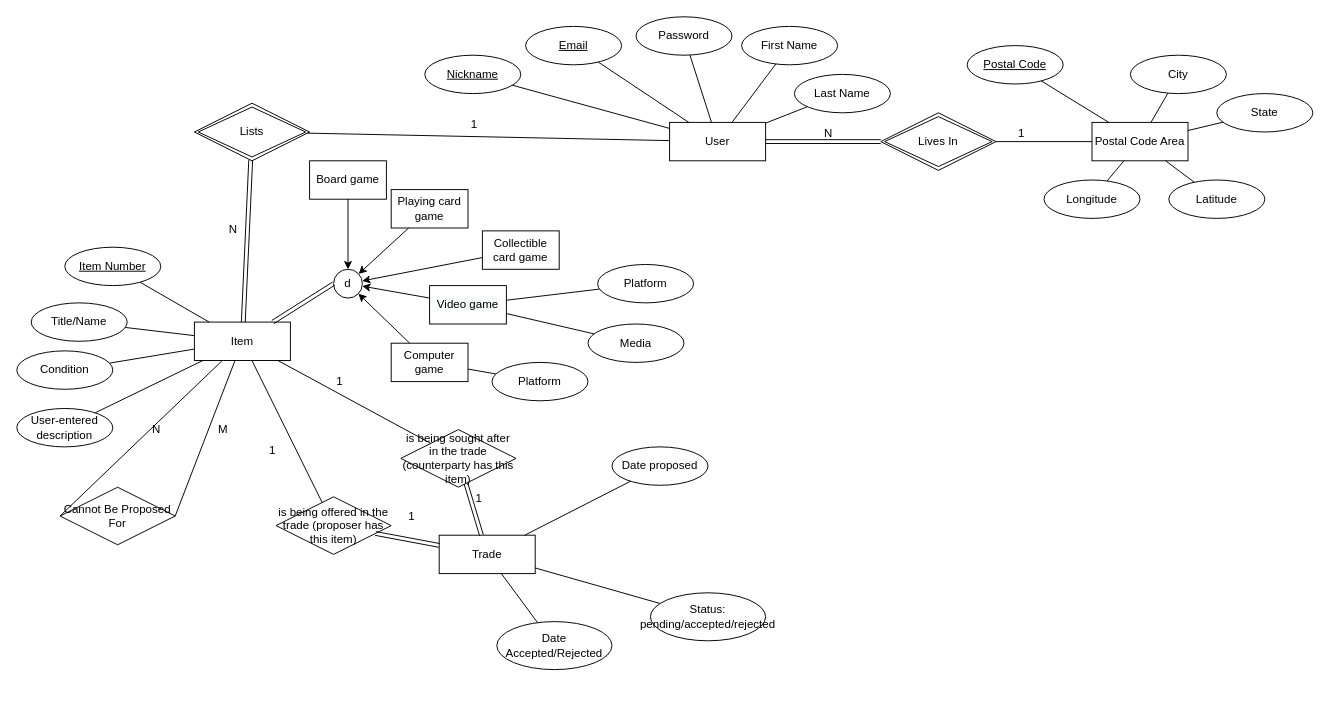
Earlier version of the draw.io diagram Untitled Diagram.drawio (joshliuzh/cs6400). Source tidied: cells renumbered, new cells numbered last; positions are measured from the earlier drawing's top-left corner, leaving out a move shared by most shapes. Both pictures are drawn from the tidied source at 96%, with x=0, y=0 at pixel (16, 16).
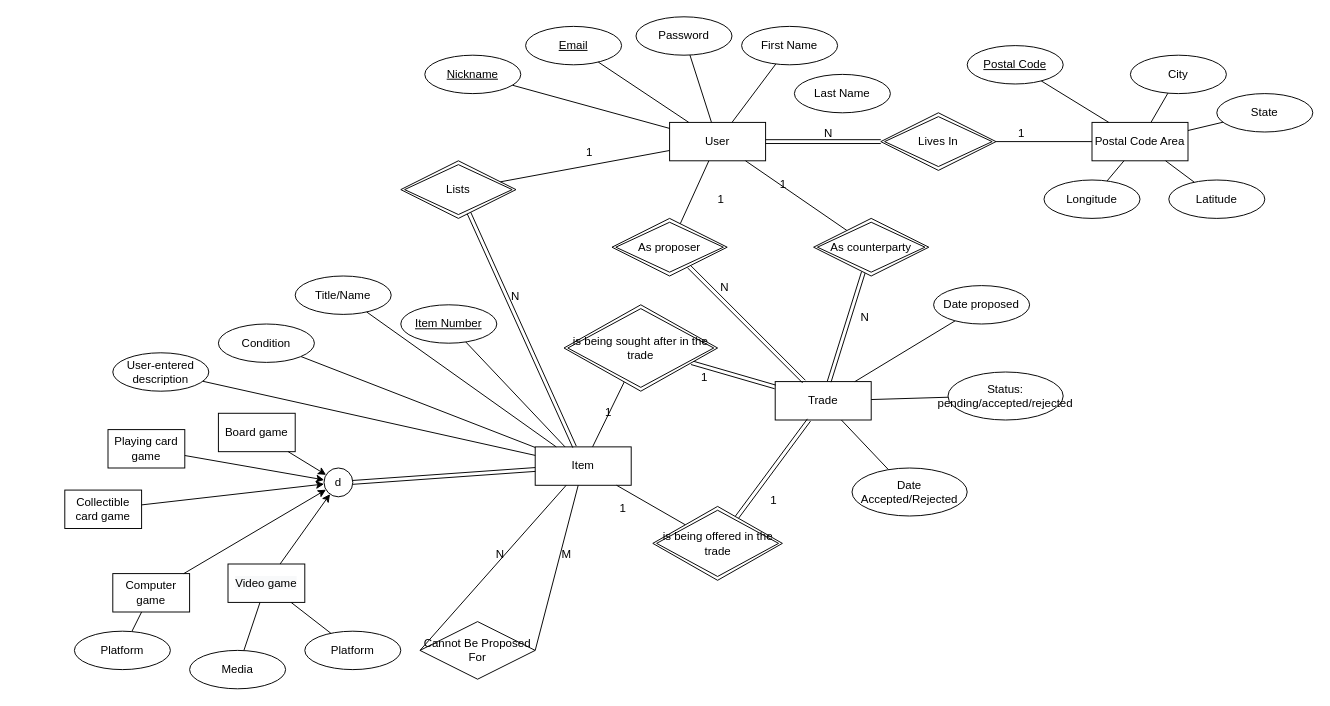
Above is the later version.

The change refers to these unchanged cells:
```xml
<mxCell id="2" value="User" style="whiteSpace=wrap;html=1;align=center;rounded=0;" parent="1" vertex="1">
  <mxGeometry x="680" y="110" width="100" height="40" as="geometry" />
</mxCell>
<mxCell id="10" value="Last Name" style="ellipse;whiteSpace=wrap;html=1;align=center;rounded=0;" parent="1" vertex="1">
  <mxGeometry x="810" y="60" width="100" height="40" as="geometry" />
</mxCell>
<mxCell id="58" style="endArrow=none;html=1;rounded=0;" parent="1" edge="1" source="2" target="57">
  <mxGeometry relative="1" as="geometry" />
</mxCell>
<mxCell id="60" style="shape=link;html=1;rounded=0;" parent="1" edge="1" source="57" target="29">
  <mxGeometry relative="1" as="geometry" />
</mxCell>
```

The edit, as a diff of the source:
```diff
@@
-    <mxCell id="9" style="endArrow=none;html=1;rounded=0;" parent="1" edge="1" source="10" target="2">
-      <mxGeometry relative="1" as="geometry" />
-    </mxCell>
@@
     <mxCell id="29" value="Item" style="whiteSpace=wrap;html=1;align=center;rounded=0;" parent="1" vertex="1">
-      <mxGeometry x="185" y="318" width="100" height="40" as="geometry" />
+      <mxGeometry x="540" y="448" width="100" height="40" as="geometry" />
     </mxCell>
@@
     <mxCell id="31" value="Item Number" style="ellipse;whiteSpace=wrap;html=1;align=center;fontStyle=4;rounded=0;" parent="1" vertex="1">
-      <mxGeometry x="50" y="240" width="100" height="40" as="geometry" />
+      <mxGeometry x="400" y="300" width="100" height="40" as="geometry" />
     </mxCell>
     <mxCell id="32" value="d" style="ellipse;whiteSpace=wrap;html=1;align=center;newEdgeStyle={&quot;edgeStyle&quot;:&quot;entityRelationEdgeStyle&quot;,&quot;startArrow&quot;:&quot;none&quot;,&quot;endArrow&quot;:&quot;none&quot;,&quot;segment&quot;:10,&quot;curved&quot;:1};rounded=0;" parent="1" vertex="1" collapsed="1">
-      <mxGeometry x="330" y="263" width="30" height="30" as="geometry" />
+      <mxGeometry x="320" y="470" width="30" height="30" as="geometry" />
     </mxCell>
-    <mxCell id="33" style="shape=link;html=1;rounded=0;entryX=0;entryY=0.5;entryDx=0;entryDy=0;" parent="1" edge="1" source="29" target="32">
+    <mxCell id="33" style="shape=link;html=1;rounded=0;entryX=1;entryY=0.5;entryDx=0;entryDy=0;" parent="1" edge="1" source="29" target="32">
       <mxGeometry relative="1" as="geometry" />
     </mxCell>
     <mxCell id="34" value="Board game" style="rounded=0;whiteSpace=wrap;html=1;" parent="1" vertex="1">
-      <mxGeometry x="305" y="150" width="80" height="40" as="geometry" />
+      <mxGeometry x="210" y="413" width="80" height="40" as="geometry" />
     </mxCell>
@@
     <mxCell id="36" value="Playing card game" style="rounded=0;whiteSpace=wrap;html=1;" parent="1" vertex="1">
-      <mxGeometry x="390" y="180" width="80" height="40" as="geometry" />
+      <mxGeometry x="95" y="430" width="80" height="40" as="geometry" />
     </mxCell>
@@
     <mxCell id="38" value="Collectible card game" style="rounded=0;whiteSpace=wrap;html=1;" parent="1" vertex="1">
-      <mxGeometry x="485" y="223" width="80" height="40" as="geometry" />
+      <mxGeometry x="50" y="493" width="80" height="40" as="geometry" />
     </mxCell>
@@
     <mxCell id="40" value="&lt;span style=&quot;color: rgb(0, 0, 0); font-family: Helvetica; font-size: 12px; font-style: normal; font-variant-ligatures: normal; font-variant-caps: normal; font-weight: 400; letter-spacing: normal; orphans: 2; text-align: center; text-indent: 0px; text-transform: none; widows: 2; word-spacing: 0px; -webkit-text-stroke-width: 0px; background-color: rgb(248, 249, 250); text-decoration-thickness: initial; text-decoration-style: initial; text-decoration-color: initial; float: none; display: inline !important;&quot;&gt;Video game&lt;/span&gt;" style="rounded=0;whiteSpace=wrap;html=1;" parent="1" vertex="1">
-      <mxGeometry x="430" y="280" width="80" height="40" as="geometry" />
+      <mxGeometry x="220" y="570" width="80" height="40" as="geometry" />
     </mxCell>
@@
     <mxCell id="42" value="Computer game" style="rounded=0;whiteSpace=wrap;html=1;" parent="1" vertex="1">
-      <mxGeometry x="390" y="340" width="80" height="40" as="geometry" />
+      <mxGeometry x="100" y="580" width="80" height="40" as="geometry" />
     </mxCell>
@@
     <mxCell id="45" value="Media" style="ellipse;whiteSpace=wrap;html=1;align=center;rounded=0;" parent="1" vertex="1">
-      <mxGeometry x="595" y="320" width="100" height="40" as="geometry" />
+      <mxGeometry x="180" y="660" width="100" height="40" as="geometry" />
     </mxCell>
@@
     <mxCell id="47" value="Platform" style="ellipse;whiteSpace=wrap;html=1;align=center;rounded=0;" parent="1" vertex="1">
-      <mxGeometry x="605" y="258" width="100" height="40" as="geometry" />
+      <mxGeometry x="300" y="640" width="100" height="40" as="geometry" />
     </mxCell>
@@
     <mxCell id="49" value="Platform" style="ellipse;whiteSpace=wrap;html=1;align=center;rounded=0;" parent="1" vertex="1">
-      <mxGeometry x="495" y="360" width="100" height="40" as="geometry" />
+      <mxGeometry x="60" y="640" width="100" height="40" as="geometry" />
     </mxCell>
@@
     <mxCell id="51" value="Condition" style="ellipse;whiteSpace=wrap;html=1;align=center;rounded=0;" parent="1" vertex="1">
-      <mxGeometry y="348" width="100" height="40" as="geometry" />
+      <mxGeometry x="210" y="320" width="100" height="40" as="geometry" />
     </mxCell>
@@
     <mxCell id="53" value="User-entered description" style="ellipse;whiteSpace=wrap;html=1;align=center;rounded=0;" parent="1" vertex="1">
-      <mxGeometry y="408" width="100" height="40" as="geometry" />
+      <mxGeometry x="100" y="350" width="100" height="40" as="geometry" />
     </mxCell>
@@
     <mxCell id="55" value="Title/Name" style="ellipse;whiteSpace=wrap;html=1;align=center;rounded=0;" parent="1" vertex="1">
-      <mxGeometry x="15" y="298" width="100" height="40" as="geometry" />
+      <mxGeometry x="290" y="270" width="100" height="40" as="geometry" />
     </mxCell>
     <mxCell id="56" value="Trade" style="whiteSpace=wrap;html=1;align=center;rounded=0;" parent="1" vertex="1">
-      <mxGeometry x="440" y="540" width="100" height="40" as="geometry" />
+      <mxGeometry x="790" y="380" width="100" height="40" as="geometry" />
     </mxCell>
     <mxCell id="57" value="Lists" style="shape=rhombus;double=1;perimeter=rhombusPerimeter;whiteSpace=wrap;html=1;align=center;rounded=0;" parent="1" vertex="1">
-      <mxGeometry x="185" y="90" width="120" height="60" as="geometry" />
+      <mxGeometry x="400" y="150" width="120" height="60" as="geometry" />
     </mxCell>
@@
     <mxCell id="59" value="1" style="html=1;align=right;verticalAlign=bottom;rounded=0;" parent="58" vertex="1">
       <mxGeometry x="1" relative="1" as="geometry">
-        <mxPoint x="177" y="-1" as="offset" />
+        <mxPoint x="96" y="-22" as="offset" />
       </mxGeometry>
     </mxCell>
@@
-    <mxCell id="61" value="N" style="html=1;align=right;verticalAlign=bottom;rounded=0;" parent="60" vertex="1">
+    <mxCell id="61" value="1" style="html=1;align=right;verticalAlign=bottom;rounded=0;" parent="60" vertex="1">
       <mxGeometry x="1" relative="1" as="geometry">
-        <mxPoint x="-6" y="-88" as="offset" />
+        <mxPoint x="39" y="-28" as="offset" />
       </mxGeometry>
     </mxCell>
-    <mxCell id="62" value="is being offered in the trade (proposer has this item)" style="shape=rhombus;perimeter=rhombusPerimeter;whiteSpace=wrap;html=1;align=center;rounded=0;" parent="1" vertex="1">
-      <mxGeometry x="270" y="500" width="120" height="60" as="geometry" />
-    </mxCell>
-    <mxCell id="63" style="shape=link;html=1;rounded=0;" parent="1" edge="1" source="56" target="62">
+    <mxCell id="63" style="shape=link;html=1;rounded=0;" parent="1" edge="1" source="56" target="94">
       <mxGeometry relative="1" as="geometry" />
     </mxCell>
@@
-    <mxCell id="65" style="endArrow=none;html=1;rounded=0;" parent="1" edge="1" source="62" target="29">
+    <mxCell id="65" style="endArrow=none;html=1;rounded=0;" parent="1" edge="1" source="94" target="29">
       <mxGeometry relative="1" as="geometry" />
     </mxCell>
     <mxCell id="66" value="1" style="html=1;align=right;verticalAlign=bottom;rounded=0;" parent="65" vertex="1">
       <mxGeometry x="1" relative="1" as="geometry">
-        <mxPoint x="25" y="102" as="offset" />
+        <mxPoint x="11" y="32" as="offset" />
       </mxGeometry>
     </mxCell>
     <mxCell id="67" value="Cannot Be Proposed For" style="shape=rhombus;perimeter=rhombusPerimeter;whiteSpace=wrap;html=1;align=center;rounded=0;" parent="1" vertex="1">
-      <mxGeometry x="45" y="490" width="120" height="60" as="geometry" />
+      <mxGeometry x="420" y="630" width="120" height="60" as="geometry" />
     </mxCell>
@@
-    <mxCell id="72" value="is being sought after in the trade (counterparty has this item)" style="shape=rhombus;perimeter=rhombusPerimeter;whiteSpace=wrap;html=1;align=center;rounded=0;" parent="1" vertex="1">
-      <mxGeometry x="400" y="430" width="120" height="60" as="geometry" />
-    </mxCell>
-    <mxCell id="73" style="shape=link;html=1;rounded=0;startFill=1;" parent="1" edge="1" source="56" target="72">
+    <mxCell id="73" style="shape=link;html=1;rounded=0;startFill=1;" parent="1" edge="1" source="56" target="93">
       <mxGeometry relative="1" as="geometry" />
     </mxCell>
@@
-    <mxCell id="75" style="endArrow=none;html=1;rounded=0;" parent="1" edge="1" source="72" target="29">
+    <mxCell id="75" style="endArrow=none;html=1;rounded=0;" parent="1" edge="1" source="93" target="29">
       <mxGeometry relative="1" as="geometry" />
     </mxCell>
-    <mxCell id="76" value="1" style="html=1;align=right;verticalAlign=bottom;rounded=0;" parent="75" vertex="1">
+    <mxCell id="76" value="N" style="html=1;align=right;verticalAlign=bottom;rounded=0;" parent="75" vertex="1">
       <mxGeometry x="1" relative="1" as="geometry">
-        <mxPoint x="68" y="30" as="offset" />
+        <mxPoint x="-76" y="-148" as="offset" />
       </mxGeometry>
     </mxCell>
@@
     <mxCell id="78" value="Date proposed" style="ellipse;whiteSpace=wrap;html=1;align=center;rounded=0;" parent="1" vertex="1">
-      <mxGeometry x="620" y="448" width="100" height="40" as="geometry" />
+      <mxGeometry x="955" y="280" width="100" height="40" as="geometry" />
     </mxCell>
@@
     <mxCell id="80" value="Status: pending/accepted/rejected" style="ellipse;whiteSpace=wrap;html=1;align=center;rounded=0;" parent="1" vertex="1">
-      <mxGeometry x="660" y="600" width="120" height="50" as="geometry" />
+      <mxGeometry x="970" y="370" width="120" height="50" as="geometry" />
     </mxCell>
@@
     <mxCell id="82" value="Date Accepted/Rejected" style="ellipse;whiteSpace=wrap;html=1;align=center;rounded=0;" parent="1" vertex="1">
-      <mxGeometry x="500" y="630" width="120" height="50" as="geometry" />
+      <mxGeometry x="870" y="470" width="120" height="50" as="geometry" />
     </mxCell>
+    <mxCell id="83" style="shape=link;html=1;rounded=0;startFill=1;" parent="1" edge="1" source="56" target="91">
+      <mxGeometry relative="1" as="geometry" />
+    </mxCell>
+    <mxCell id="84" value="N" style="html=1;align=right;verticalAlign=bottom;rounded=0;" parent="83" vertex="1">
+      <mxGeometry x="1" relative="1" as="geometry">
+        <mxPoint x="42" y="30" as="offset" />
+      </mxGeometry>
+    </mxCell>
+    <mxCell id="85" style="shape=link;html=1;rounded=0;startFill=1;" parent="1" edge="1" source="56" target="92">
+      <mxGeometry relative="1" as="geometry" />
+    </mxCell>
+    <mxCell id="86" value="N" style="html=1;align=right;verticalAlign=bottom;rounded=0;" parent="85" vertex="1">
+      <mxGeometry x="1" relative="1" as="geometry">
+        <mxPoint x="6" y="55" as="offset" />
+      </mxGeometry>
+    </mxCell>
+    <mxCell id="87" style="endArrow=none;html=1;rounded=0;" parent="1" edge="1" source="2" target="91">
+      <mxGeometry relative="1" as="geometry" />
+    </mxCell>
+    <mxCell id="88" value="1" style="html=1;align=right;verticalAlign=bottom;rounded=0;" parent="87" vertex="1">
+      <mxGeometry x="1" relative="1" as="geometry">
+        <mxPoint x="46" y="-18" as="offset" />
+      </mxGeometry>
+    </mxCell>
+    <mxCell id="89" style="endArrow=none;html=1;rounded=0;" parent="1" edge="1" source="2" target="92">
+      <mxGeometry relative="1" as="geometry" />
+    </mxCell>
+    <mxCell id="90" value="1" style="html=1;align=right;verticalAlign=bottom;rounded=0;" parent="89" vertex="1">
+      <mxGeometry x="1" relative="1" as="geometry">
+        <mxPoint x="-63" y="-40" as="offset" />
+      </mxGeometry>
+    </mxCell>
+    <mxCell id="91" value="As proposer" style="shape=rhombus;double=1;perimeter=rhombusPerimeter;whiteSpace=wrap;html=1;align=center;" parent="1" vertex="1">
+      <mxGeometry x="620" y="210" width="120" height="60" as="geometry" />
+    </mxCell>
+    <mxCell id="92" value="As counterparty" style="shape=rhombus;double=1;perimeter=rhombusPerimeter;whiteSpace=wrap;html=1;align=center;" parent="1" vertex="1">
+      <mxGeometry x="830" y="210" width="120" height="60" as="geometry" />
+    </mxCell>
+    <mxCell id="93" value="is being sought after in the trade" style="shape=rhombus;double=1;perimeter=rhombusPerimeter;whiteSpace=wrap;html=1;align=center;" parent="1" vertex="1">
+      <mxGeometry x="570" y="300" width="160" height="90" as="geometry" />
+    </mxCell>
+    <mxCell id="94" value="is being offered in the trade" style="shape=rhombus;double=1;perimeter=rhombusPerimeter;whiteSpace=wrap;html=1;align=center;" parent="1" vertex="1">
+      <mxGeometry x="662.5" y="510" width="135" height="77" as="geometry" />
+    </mxCell>
```
